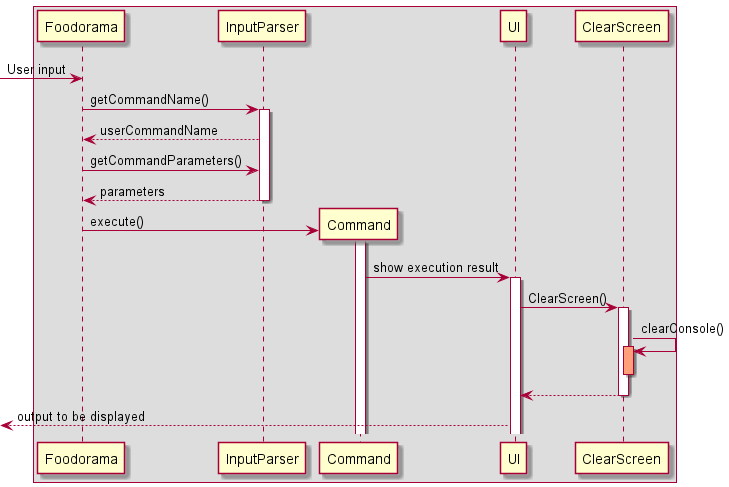
Above: docs/images/main_sequence.png in nus-cs2113-AY2122S1/tp (PlantUML), before the change.
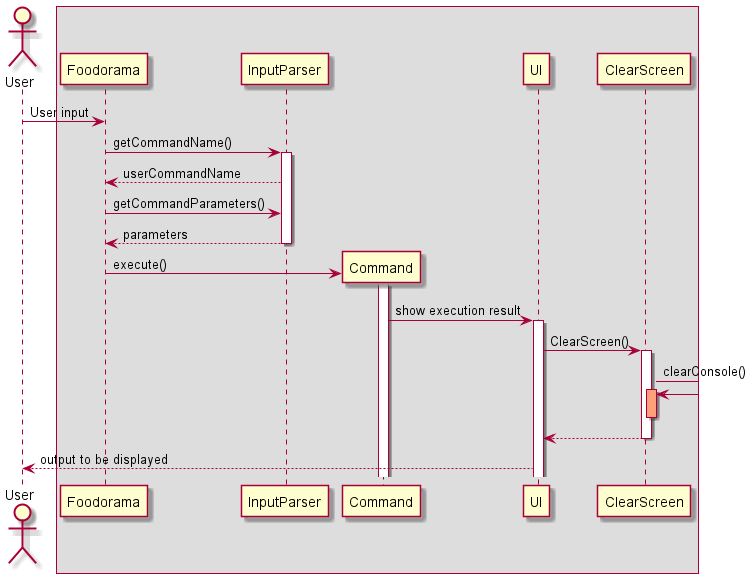
The same file after the commit.

Diff of the diagram source:
```diff
@@ -1,7 +1,9 @@
 @startuml
 
+actor User
+
 Box
-[-> Foodorama: User input
+User-> Foodorama: User input
 Foodorama -> InputParser: getCommandName()
 activate InputParser
 Foodorama <-- InputParser: userCommandName
@@ -21,6 +23,6 @@
 activate ClearScreen#LightSalmon
 deactivate ClearScreen#LightSalmon
 return
-[<-- UI: output to be displayed
+User <-- UI: output to be displayed
 
 @enduml
```
